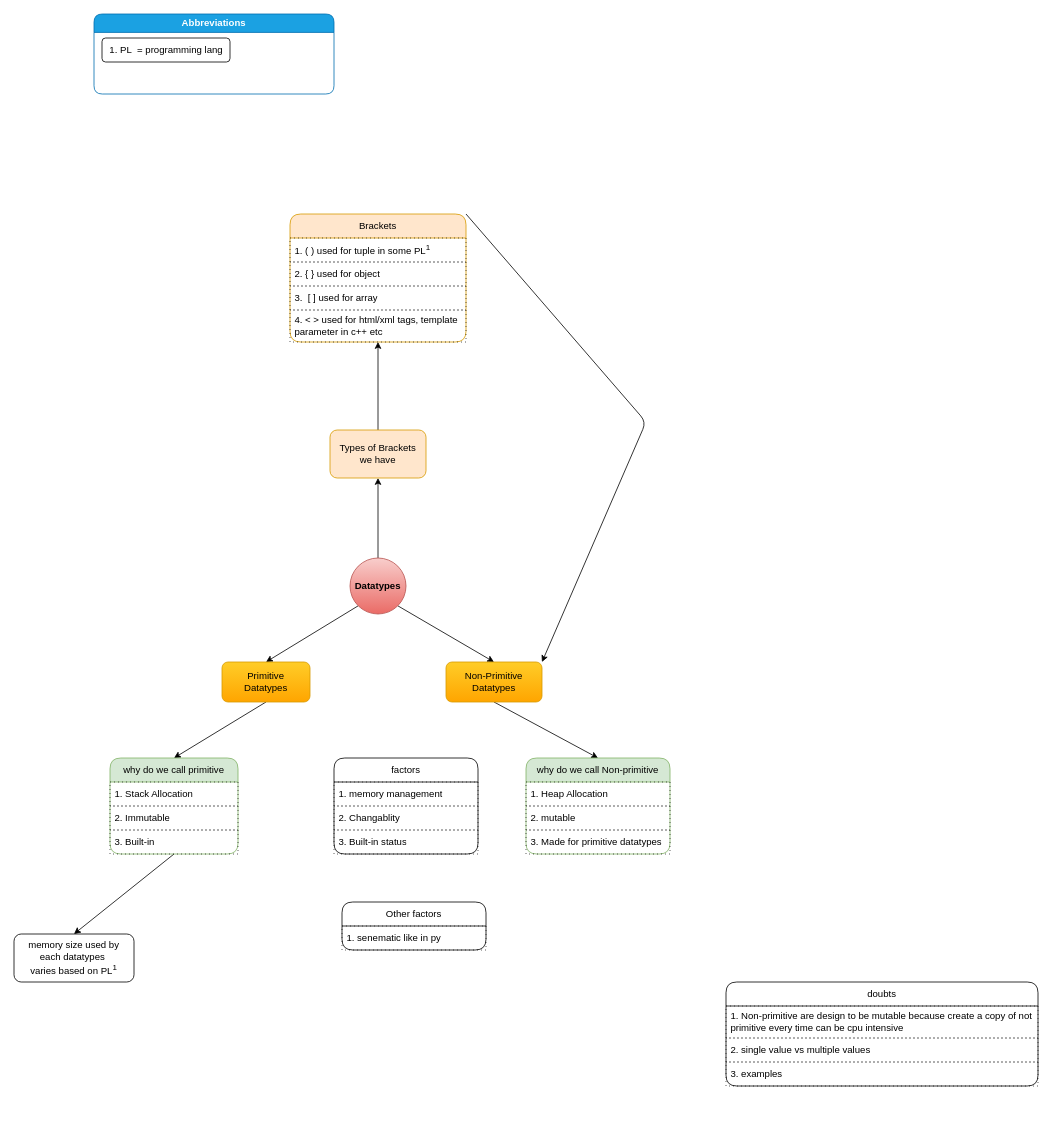
This is ⭐programming-langs/datatypes.dio from knkrn5/Programming-Concepts, a draw.io file, before an edit. Source tidied: cells renumbered, new cells numbered last; positions are measured from the earlier drawing's top-left corner, leaving out a move shared by most shapes. Both pictures are drawn from the tidied source at 80%, with x=0, y=0 at pixel (14, 14).
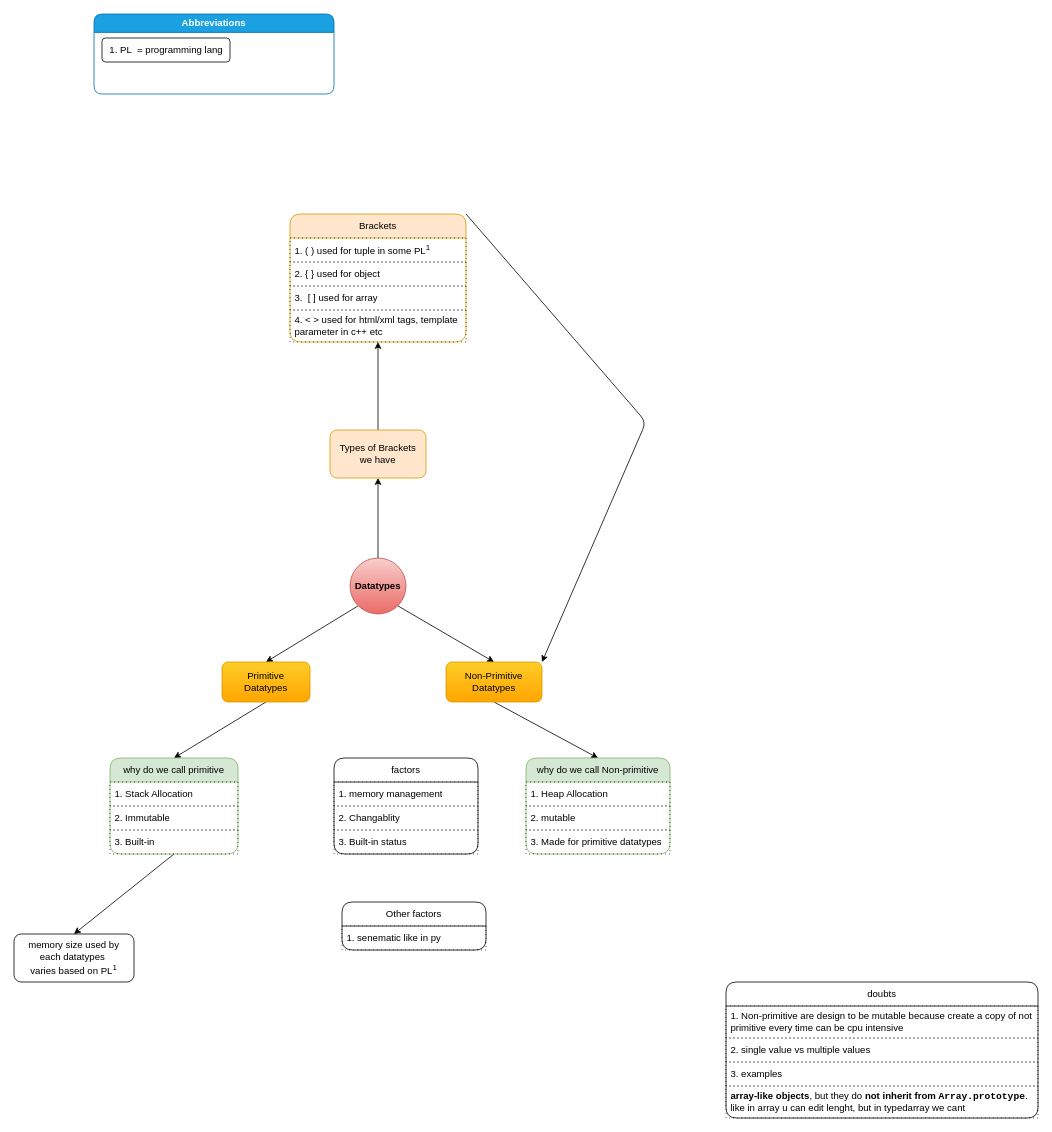
The same page after the edit.

The edit, as a diff of the source:
```diff
@@
     <mxCell id="31" value="doubts" style="swimlane;fontStyle=0;horizontal=1;startSize=30;whiteSpace=wrap;html=1;rounded=1;" parent="1" vertex="1">
-      <mxGeometry x="890" y="1210" width="390" height="130" as="geometry" />
+      <mxGeometry x="890" y="1210" width="390" height="170" as="geometry" />
     </mxCell>
@@
+    <mxCell id="40" value="&lt;strong&gt;array-like objects&lt;/strong&gt;, but they do &lt;strong&gt;not inherit from &lt;code&gt;Array.prototype&lt;/code&gt;&lt;/strong&gt;. like in array u can edit lenght, but in typedarray we cant" style="text;strokeColor=default;fillColor=none;align=left;verticalAlign=middle;spacingLeft=4;spacingRight=4;overflow=hidden;whiteSpace=wrap;html=1;dashed=1;dashPattern=1 4;" parent="31" vertex="1">
+      <mxGeometry y="130" width="390" height="40" as="geometry" />
+    </mxCell>
```
